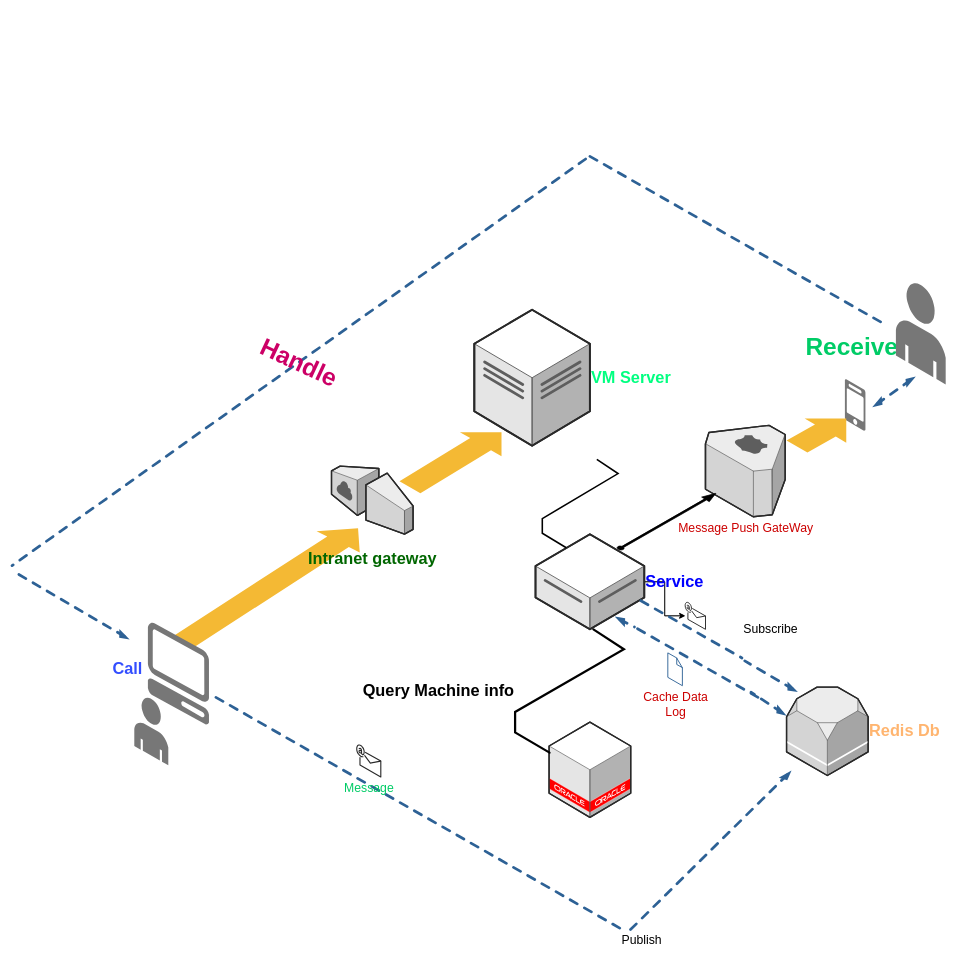
Before: 未命名绘图.drawio in gywei/Dram, a draw.io diagram. Source tidied: cells renumbered, new cells numbered last; positions are measured from the earlier drawing's top-left corner, leaving out a move shared by most shapes. Both pictures are drawn from the tidied source at 68%, with x=0, y=0 at pixel (39, 56).
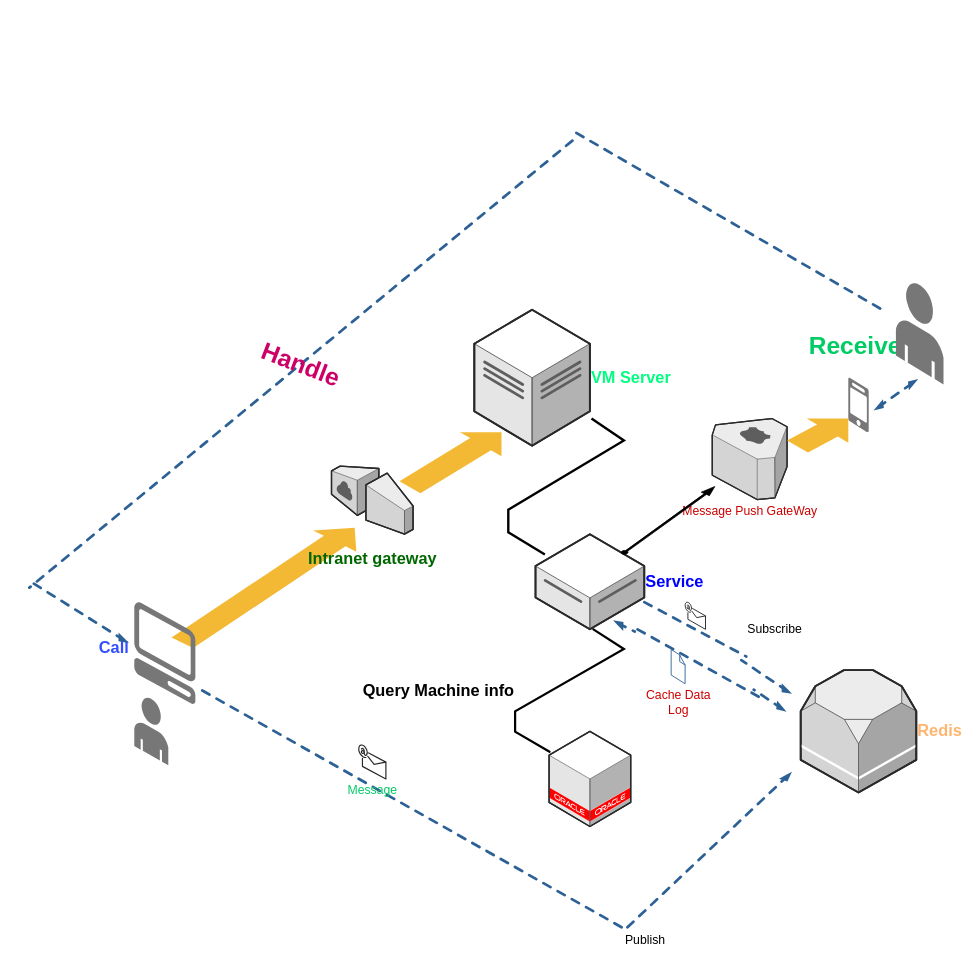
Above is the later version.

Commit message (it also covers changes not shown here):
更新未命名绘图.drawio

Unchanged cells that the change refers to:
```xml
<mxCell id="8" value="&lt;h1&gt;&lt;font color=&quot;#0000ff&quot;&gt;Service&lt;/font&gt;&lt;/h1&gt;" style="verticalLabelPosition=middle;html=1;verticalAlign=middle;strokeWidth=1;align=left;outlineConnect=0;dashed=0;outlineConnect=0;shape=mxgraph.aws3d.dataServer;strokeColor=#5E5E5E;labelPosition=right;" parent="1" vertex="1">
  <mxGeometry x="730" y="702" width="160" height="140" as="geometry" />
</mxCell>
```

The edit, as a diff of the source:
```diff
@@
     <mxCell id="3" style="verticalLabelPosition=bottom;html=1;verticalAlign=top;strokeWidth=1;align=center;dashed=0;shape=mxgraph.aws3d.flatEdge2;strokeColor=none;fillColor=#F4B934;rotation=356;" parent="1" vertex="1">
-      <mxGeometry x="190.7" y="703.2" width="284.2" height="157.9" as="geometry" />
+      <mxGeometry x="190" y="702" width="280" height="160" as="geometry" />
     </mxCell>
     <mxCell id="4" value="&lt;h1&gt;&lt;font color=&quot;#334eff&quot;&gt;Call&amp;nbsp;&lt;/font&gt;&lt;/h1&gt;&lt;div&gt;&lt;font color=&quot;#334eff&quot;&gt;&lt;br&gt;&lt;/font&gt;&lt;/div&gt;" style="verticalLabelPosition=middle;html=1;verticalAlign=middle;strokeWidth=1;align=right;dashed=0;shape=mxgraph.aws3d.client;strokeColor=none;fillColor=#777777;direction=east;labelPosition=left;" parent="1" vertex="1">
-      <mxGeometry x="160" y="832" width="90" height="150" as="geometry" />
+      <mxGeometry x="140" y="802" width="90" height="150" as="geometry" />
     </mxCell>
@@
-    <mxCell id="6" style="edgeStyle=orthogonalEdgeStyle;rounded=0;jettySize=auto;html=1;fontSize=18;fontColor=#CC0066;" parent="1" edge="1" source="8" target="18">
-      <mxGeometry relative="1" as="geometry" />
-    </mxCell>
-    <mxCell id="7" style="edgeStyle=orthogonalEdgeStyle;rounded=0;jettySize=auto;html=1;fontSize=18;fontColor=#CC0066;" parent="1" edge="1" source="8" target="18">
-      <mxGeometry relative="1" as="geometry" />
-    </mxCell>
@@
     <mxCell id="11" style="verticalLabelPosition=bottom;html=1;verticalAlign=top;strokeWidth=1;align=center;dashed=0;shape=mxgraph.aws3d.edge2;strokeColor=#000000;direction=west;flipV=1;" parent="1" vertex="1">
-      <mxGeometry x="740" y="592" width="111.4" height="130" as="geometry" />
+      <mxGeometry x="690" y="532" width="170" height="200" as="geometry" />
     </mxCell>
     <mxCell id="12" style="verticalLabelPosition=bottom;html=1;verticalAlign=top;strokeWidth=1;align=center;dashed=0;shape=mxgraph.aws3d.oracleDataCenter;fillColor=#ffffff;strokeColor=#5E5E5E;" parent="1" vertex="1">
-      <mxGeometry x="750" y="978.5" width="120" height="140" as="geometry" />
+      <mxGeometry x="750" y="992" width="120" height="140" as="geometry" />
     </mxCell>
     <mxCell id="13" value="&lt;h1&gt;Query Machine info&lt;/h1&gt;" style="verticalLabelPosition=middle;html=1;verticalAlign=middle;strokeWidth=1;align=right;dashed=0;shape=mxgraph.aws3d.edge2;strokeColor=#000000;direction=west;flipH=0;flipV=1;labelPosition=left;" parent="1" vertex="1">
-      <mxGeometry x="700" y="842" width="160" height="181.3" as="geometry" />
+      <mxGeometry x="700" y="842" width="160" height="180" as="geometry" />
     </mxCell>
-    <mxCell id="14" value="&lt;h1&gt;&lt;font color=&quot;#ffb570&quot;&gt;Redis Db&lt;/font&gt;&lt;/h1&gt;" style="verticalLabelPosition=middle;html=1;verticalAlign=middle;strokeWidth=1;align=left;dashed=0;shape=mxgraph.aws3d.rds;fillColor=#ECECEC;strokeColor=#5E5E5E;labelPosition=right;" parent="1" vertex="1">
-      <mxGeometry x="1099.2" y="927" width="120" height="130" as="geometry" />
+    <mxCell id="14" value="&lt;h1&gt;&lt;font color=&quot;#ffb570&quot;&gt;Redis&amp;nbsp;&lt;/font&gt;&lt;/h1&gt;" style="verticalLabelPosition=middle;html=1;verticalAlign=middle;strokeWidth=1;align=left;dashed=0;shape=mxgraph.aws3d.rds;fillColor=#ECECEC;strokeColor=#5E5E5E;labelPosition=right;" parent="1" vertex="1">
+      <mxGeometry x="1120" y="902" width="170" height="180" as="geometry" />
     </mxCell>
     <mxCell id="15" value="Publish" style="verticalLabelPosition=bottom;html=1;verticalAlign=top;strokeWidth=1;align=left;dashed=0;shape=mxgraph.aws3d.dashedArrowlessEdge2;strokeColor=#2D6195;fontSize=18;labelPosition=right;" parent="1" vertex="1">
-      <mxGeometry x="260" y="942" width="595" height="340" as="geometry" />
+      <mxGeometry x="240" y="932" width="620" height="350" as="geometry" />
     </mxCell>
-    <mxCell id="16" style="verticalLabelPosition=bottom;html=1;verticalAlign=top;strokeWidth=1;align=center;dashed=0;shape=mxgraph.aws3d.dashedEdge2;strokeColor=#2D6195;fontSize=18;rotation=-15;" parent="1" vertex="1">
-      <mxGeometry x="841.8" y="1084.4" width="291.1" height="165.8" as="geometry" />
+    <mxCell id="16" style="verticalLabelPosition=bottom;html=1;verticalAlign=top;strokeWidth=1;align=center;dashed=0;shape=mxgraph.aws3d.dashedEdge2;strokeColor=#2D6195;fontSize=18;rotation=347;" parent="1" vertex="1">
+      <mxGeometry x="840" y="1082" width="290" height="170" as="geometry" />
     </mxCell>
     <mxCell id="17" value="Message" style="verticalLabelPosition=bottom;html=1;verticalAlign=top;strokeWidth=1;align=center;dashed=0;shape=mxgraph.aws3d.email;strokeColor=#292929;fontSize=18;fontColor=#00CC66;" parent="1" vertex="1">
-      <mxGeometry x="467" y="1012" width="35.5" height="47" as="geometry" />
+      <mxGeometry x="470" y="1012" width="40" height="50" as="geometry" />
     </mxCell>
     <mxCell id="18" style="verticalLabelPosition=bottom;html=1;verticalAlign=top;strokeWidth=1;align=center;outlineConnect=0;dashed=0;outlineConnect=0;shape=mxgraph.aws3d.email;strokeColor=#292929;fontSize=18;fontColor=#00CC66;" parent="1" vertex="1">
-      <mxGeometry x="950" y="802.2" width="30" height="39.8" as="geometry" />
+      <mxGeometry x="950" y="802" width="30" height="40" as="geometry" />
     </mxCell>
     <mxCell id="19" value="&lt;font color=&quot;#cc0000&quot;&gt;Message Push GateWay&lt;/font&gt;" style="verticalLabelPosition=bottom;html=1;verticalAlign=top;strokeWidth=1;align=center;dashed=0;shape=mxgraph.aws3d.route53;fillColor=#ECECEC;strokeColor=#5E5E5E;fontSize=18;fontColor=#00CC66;" parent="1" vertex="1">
-      <mxGeometry x="980" y="542" width="117.2" height="134.4" as="geometry" />
+      <mxGeometry x="990" y="532" width="110" height="119.2" as="geometry" />
     </mxCell>
-    <mxCell id="20" style="verticalLabelPosition=bottom;html=1;verticalAlign=top;strokeWidth=1;align=center;dashed=0;shape=mxgraph.aws3d.arrowNE;fillColor=#000000;fontSize=18;fontColor=#00CC66;" parent="1" vertex="1">
-      <mxGeometry x="850" y="642" width="145.3" height="83" as="geometry" />
+    <mxCell id="20" style="verticalLabelPosition=bottom;html=1;verticalAlign=top;strokeWidth=1;align=center;dashed=0;shape=mxgraph.aws3d.arrowNE;fillColor=#000000;fontSize=18;fontColor=#00CC66;rotation=352;" parent="1" vertex="1">
+      <mxGeometry x="850" y="642" width="150" height="80" as="geometry" />
     </mxCell>
     <mxCell id="21" value="&lt;h1&gt;Receive&amp;nbsp;&lt;/h1&gt;" style="verticalLabelPosition=top;html=1;verticalAlign=bottom;strokeWidth=1;align=center;dashed=0;shape=mxgraph.aws3d.mobile_worker;strokeColor=none;fillColor=#777777;fontSize=18;fontColor=#00CC66;labelPosition=center;" parent="1" vertex="1">
-      <mxGeometry x="1185" y="474.2" width="30.2" height="75.6" as="geometry" />
+      <mxGeometry x="1190" y="472" width="30" height="80" as="geometry" />
     </mxCell>
     <mxCell id="22" style="verticalLabelPosition=bottom;html=1;verticalAlign=top;strokeWidth=1;align=center;dashed=0;shape=mxgraph.aws3d.end_user;strokeColor=none;fillColor=#777777;fontSize=18;fontColor=#00CC66;" parent="1" vertex="1">
-      <mxGeometry x="1260" y="332" width="73.2" height="150" as="geometry" />
+      <mxGeometry x="1260" y="332" width="70" height="150" as="geometry" />
     </mxCell>
     <mxCell id="23" style="verticalLabelPosition=bottom;html=1;verticalAlign=top;strokeWidth=1;align=center;dashed=0;shape=mxgraph.aws3d.flatEdge2;strokeColor=none;fillColor=#F4B934;fontSize=18;fontColor=#00CC66;direction=east;flipV=0;" parent="1" vertex="1">
-      <mxGeometry x="1099.2" y="532" width="87.8" height="50" as="geometry" />
+      <mxGeometry x="1100" y="532" width="90" height="50" as="geometry" />
     </mxCell>
     <mxCell id="24" style="verticalLabelPosition=bottom;html=1;verticalAlign=top;strokeWidth=1;align=center;dashed=0;shape=mxgraph.aws3d.dashedEdge2;strokeColor=#2D6195;fontSize=18;fontColor=#00CC66;direction=south;rotation=-30;" parent="1" vertex="1">
-      <mxGeometry x="1054.4" y="871.9" width="44.8" height="78.7" as="geometry" />
+      <mxGeometry x="1050" y="872" width="40" height="80" as="geometry" />
     </mxCell>
     <mxCell id="25" value="Subscribe" style="verticalLabelPosition=middle;html=1;verticalAlign=middle;strokeWidth=1;align=left;dashed=0;shape=mxgraph.aws3d.dashedArrowlessEdge2;strokeColor=#2D6195;fontSize=18;labelPosition=right;" parent="1" vertex="1">
-      <mxGeometry x="885" y="800" width="148.6" height="84.1" as="geometry" />
+      <mxGeometry x="890" y="802" width="150" height="80" as="geometry" />
     </mxCell>
     <mxCell id="26" style="verticalLabelPosition=bottom;html=1;verticalAlign=top;strokeWidth=1;align=center;dashed=0;shape=mxgraph.aws3d.dashedArrowlessEdge2;strokeColor=#2D6195;fontSize=18;fontColor=#CC0000;" parent="1" vertex="1">
-      <mxGeometry x="880" y="841.1" width="177.2" height="100.9" as="geometry" />
+      <mxGeometry x="880" y="842" width="180" height="100" as="geometry" />
     </mxCell>
     <mxCell id="27" style="verticalLabelPosition=bottom;html=1;verticalAlign=top;strokeWidth=1;align=center;dashed=0;shape=mxgraph.aws3d.dashedEdge2;strokeColor=#2D6195;fontSize=18;fontColor=#CC0000;direction=south;rotation=335;" parent="1" vertex="1">
-      <mxGeometry x="1056.7" y="925" width="32.8" height="53.6" as="geometry" />
+      <mxGeometry x="1060" y="922" width="30" height="50" as="geometry" />
     </mxCell>
     <mxCell id="28" style="verticalLabelPosition=bottom;html=1;verticalAlign=top;strokeWidth=1;align=center;dashed=0;shape=mxgraph.aws3d.dashedEdge2;strokeColor=#2D6195;fontSize=18;fontColor=#CC0000;direction=north;rotation=331;" parent="1" vertex="1">
-      <mxGeometry x="852" y="817" width="18" height="27.6" as="geometry" />
+      <mxGeometry x="850" y="822" width="20" height="30" as="geometry" />
     </mxCell>
     <mxCell id="29" value="Cache Data&lt;br&gt;Log&lt;br&gt;" style="verticalLabelPosition=bottom;html=1;verticalAlign=top;strokeWidth=1;align=center;dashed=0;shape=mxgraph.aws3d.file;strokeColor=#2d6195;fillColor=#ffffff;fontSize=18;fontColor=#CC0000;" parent="1" vertex="1">
-      <mxGeometry x="925.1" y="876.9" width="20.9" height="48" as="geometry" />
+      <mxGeometry x="930" y="872" width="20" height="50" as="geometry" />
     </mxCell>
     <mxCell id="30" style="verticalLabelPosition=bottom;html=1;verticalAlign=top;strokeWidth=1;align=center;dashed=0;shape=mxgraph.aws3d.dashedArrowlessEdge2;strokeColor=#2D6195;fontSize=18;fontColor=#006600;" parent="1" vertex="1">
-      <mxGeometry x="810" y="146.4" width="429.4" height="244.6" as="geometry" />
+      <mxGeometry x="790" y="112" width="450" height="260" as="geometry" />
     </mxCell>
-    <mxCell id="31" value="&lt;h1&gt;&lt;font color=&quot;#cc0066&quot;&gt;Handle&lt;/font&gt;&lt;/h1&gt;" style="verticalLabelPosition=middle;html=1;verticalAlign=middle;strokeWidth=1;align=center;dashed=0;shape=mxgraph.aws3d.dashedArrowlessEdge2;strokeColor=#2D6195;fontSize=18;fontColor=#006600;direction=south;rotation=25;labelPosition=center;" parent="1" vertex="1">
-      <mxGeometry x="126.1" y="0.1" width="511.8" height="898.4" as="geometry" />
+    <mxCell id="31" value="&lt;h1&gt;&lt;font color=&quot;#cc0066&quot;&gt;Handle&lt;/font&gt;&lt;/h1&gt;" style="verticalLabelPosition=middle;html=1;verticalAlign=middle;strokeWidth=1;align=center;dashed=0;shape=mxgraph.aws3d.dashedArrowlessEdge2;strokeColor=#2D6195;fontSize=18;fontColor=#006600;direction=south;rotation=21;labelPosition=center;" parent="1" vertex="1">
+      <mxGeometry x="130" y="2" width="510" height="900" as="geometry" />
     </mxCell>
     <mxCell id="32" style="verticalLabelPosition=bottom;html=1;verticalAlign=top;strokeWidth=1;align=center;dashed=0;shape=mxgraph.aws3d.dashedEdge2;strokeColor=#2D6195;fontSize=18;fontColor=#006600;direction=south;rotation=-30;" parent="1" vertex="1">
-      <mxGeometry y="722" width="97.1" height="170.5" as="geometry" />
+      <mxGeometry x="20" y="742" width="80" height="150" as="geometry" />
     </mxCell>
     <mxCell id="33" style="verticalLabelPosition=bottom;html=1;verticalAlign=top;strokeWidth=1;align=center;dashed=0;shape=mxgraph.aws3d.dashedEdgeDouble2;strokeColor=#2D6195;fontSize=18;fontColor=#CC0066;direction=north;rotation=25;" parent="1" vertex="1">
-      <mxGeometry x="1237.8" y="458.7" width="38.9" height="68.2" as="geometry" />
+      <mxGeometry x="1240" y="462" width="40" height="70" as="geometry" />
     </mxCell>
```
